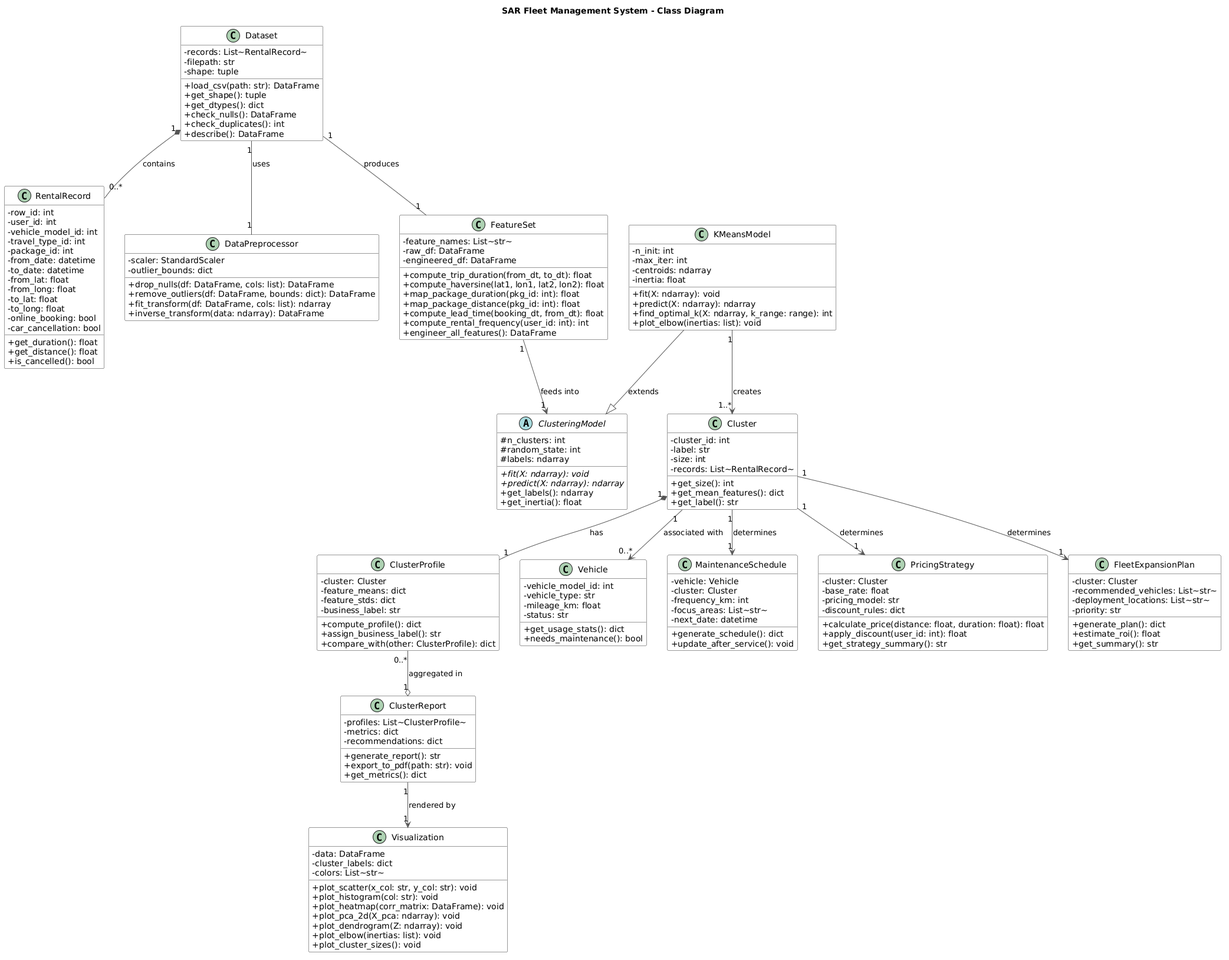
Before: class_diagram.png, a diagram exported from PlantUML (Lord-Saruman/sar-rental-clustering). Source of this version:
```plantuml
@startuml
skinparam classAttributeIconSize 0
skinparam class {
  BackgroundColor #FEFEFE
  BorderColor #333
  ArrowColor #555
}

title SAR Fleet Management System - Class Diagram

class RentalRecord {
  - row_id: int
  - user_id: int
  - vehicle_model_id: int
  - travel_type_id: int
  - package_id: int
  - from_date: datetime
  - to_date: datetime
  - from_lat: float
  - from_long: float
  - to_lat: float
  - to_long: float
  - online_booking: bool
  - car_cancellation: bool
  + get_duration(): float
  + get_distance(): float
  + is_cancelled(): bool
}

class Dataset {
  - records: List~RentalRecord~
  - filepath: str
  - shape: tuple
  + load_csv(path: str): DataFrame
  + get_shape(): tuple
  + get_dtypes(): dict
  + check_nulls(): DataFrame
  + check_duplicates(): int
  + describe(): DataFrame
}

class DataPreprocessor {
  - scaler: StandardScaler
  - outlier_bounds: dict
  + drop_nulls(df: DataFrame, cols: list): DataFrame
  + remove_outliers(df: DataFrame, bounds: dict): DataFrame
  + fit_transform(df: DataFrame, cols: list): ndarray
  + inverse_transform(data: ndarray): DataFrame
}

class FeatureSet {
  - feature_names: List~str~
  - raw_df: DataFrame
  - engineered_df: DataFrame
  + compute_trip_duration(from_dt, to_dt): float
  + compute_haversine(lat1, lon1, lat2, lon2): float
  + map_package_duration(pkg_id: int): float
  + map_package_distance(pkg_id: int): float
  + compute_lead_time(booking_dt, from_dt): float
  + compute_rental_frequency(user_id: int): int
  + engineer_all_features(): DataFrame
}

abstract class ClusteringModel {
  # n_clusters: int
  # random_state: int
  # labels: ndarray
  + {abstract} fit(X: ndarray): void
  + {abstract} predict(X: ndarray): ndarray
  + get_labels(): ndarray
  + get_inertia(): float
}

class KMeansModel {
  - n_init: int
  - max_iter: int
  - centroids: ndarray
  - inertia: float
  + fit(X: ndarray): void
  + predict(X: ndarray): ndarray
  + find_optimal_k(X: ndarray, k_range: range): int
  + plot_elbow(inertias: list): void
}

class Cluster {
  - cluster_id: int
  - label: str
  - size: int
  - records: List~RentalRecord~
  + get_size(): int
  + get_mean_features(): dict
  + get_label(): str
}

class ClusterProfile {
  - cluster: Cluster
  - feature_means: dict
  - feature_stds: dict
  - business_label: str
  + compute_profile(): dict
  + assign_business_label(): str
  + compare_with(other: ClusterProfile): dict
}

class ClusterReport {
  - profiles: List~ClusterProfile~
  - metrics: dict
  - recommendations: dict
  + generate_report(): str
  + export_to_pdf(path: str): void
  + get_metrics(): dict
}

class Vehicle {
  - vehicle_model_id: int
  - vehicle_type: str
  - mileage_km: float
  - status: str
  + get_usage_stats(): dict
  + needs_maintenance(): bool
}

class MaintenanceSchedule {
  - vehicle: Vehicle
  - cluster: Cluster
  - frequency_km: int
  - focus_areas: List~str~
  - next_date: datetime
  + generate_schedule(): dict
  + update_after_service(): void
}

class PricingStrategy {
  - cluster: Cluster
  - base_rate: float
  - pricing_model: str
  - discount_rules: dict
  + calculate_price(distance: float, duration: float): float
  + apply_discount(user_id: int): float
  + get_strategy_summary(): str
}

class FleetExpansionPlan {
  - cluster: Cluster
  - recommended_vehicles: List~str~
  - deployment_locations: List~str~
  - priority: str
  + generate_plan(): dict
  + estimate_roi(): float
  + get_summary(): str
}

class Visualization {
  - data: DataFrame
  - cluster_labels: dict
  - colors: List~str~
  + plot_scatter(x_col: str, y_col: str): void
  + plot_histogram(col: str): void
  + plot_heatmap(corr_matrix: DataFrame): void
  + plot_pca_2d(X_pca: ndarray): void
  + plot_dendrogram(Z: ndarray): void
  + plot_elbow(inertias: list): void
  + plot_cluster_sizes(): void
}

Dataset "1" *-- "0..*" RentalRecord : contains
Dataset "1" -- "1" DataPreprocessor : uses
Dataset "1" -- "1" FeatureSet : produces

FeatureSet "1" --> "1" ClusteringModel : feeds into
KMeansModel --|> ClusteringModel : extends

KMeansModel "1" --> "1..*" Cluster : creates
Cluster "1" *-- "1" ClusterProfile : has
ClusterProfile "0..*" --o "1" ClusterReport : aggregated in

Cluster "1" --> "0..*" Vehicle : associated with
Cluster "1" --> "1" MaintenanceSchedule : determines
Cluster "1" --> "1" PricingStrategy : determines
Cluster "1" --> "1" FleetExpansionPlan : determines

ClusterReport "1" --> "1" Visualization : rendered by
@enduml
```
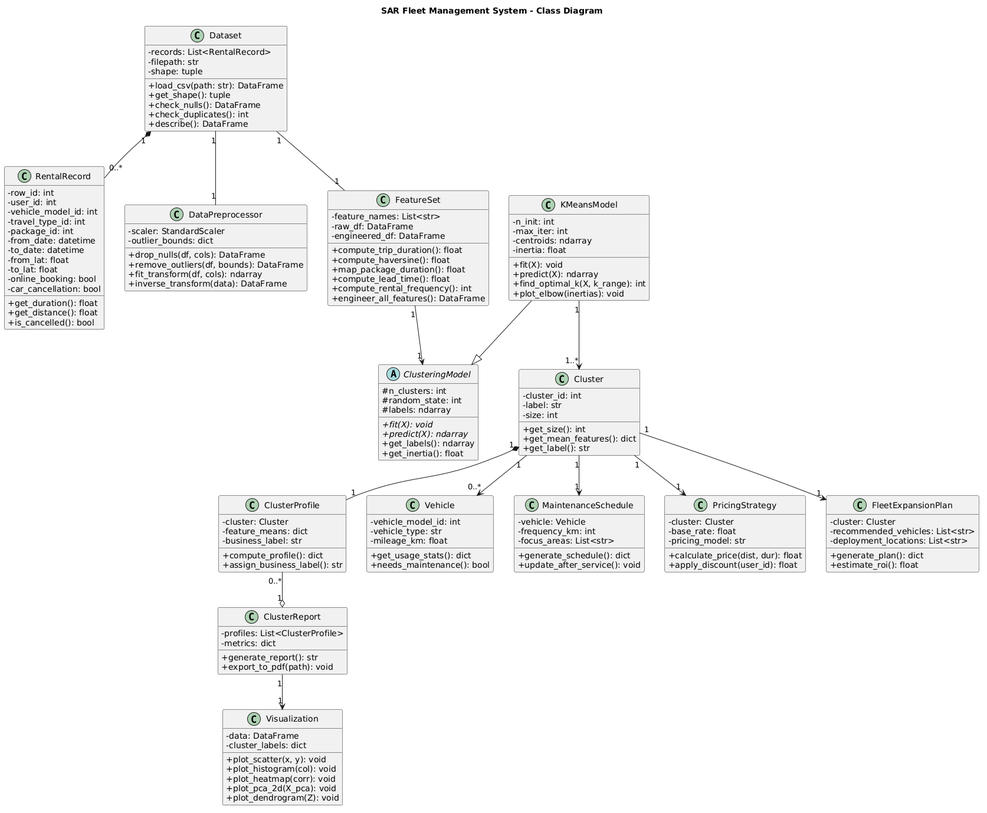
Later version of the same file.

Commit message:
Update diagrams and ignore local draft files

What changed in the source:
```diff
@@ -1,10 +1,5 @@
 @startuml
 skinparam classAttributeIconSize 0
-skinparam class {
-  BackgroundColor #FEFEFE
-  BorderColor #333
-  ArrowColor #555
-}
 
 title SAR Fleet Management System - Class Diagram
 
@@ -17,9 +12,7 @@
   - from_date: datetime
   - to_date: datetime
   - from_lat: float
-  - from_long: float
   - to_lat: float
-  - to_long: float
   - online_booking: bool
   - car_cancellation: bool
   + get_duration(): float
@@ -28,12 +21,11 @@
 }
 
 class Dataset {
-  - records: List~RentalRecord~
+  - records: List<RentalRecord>
   - filepath: str
   - shape: tuple
   + load_csv(path: str): DataFrame
   + get_shape(): tuple
-  + get_dtypes(): dict
   + check_nulls(): DataFrame
   + check_duplicates(): int
   + describe(): DataFrame
@@ -42,22 +34,21 @@
 class DataPreprocessor {
   - scaler: StandardScaler
   - outlier_bounds: dict
-  + drop_nulls(df: DataFrame, cols: list): DataFrame
-  + remove_outliers(df: DataFrame, bounds: dict): DataFrame
-  + fit_transform(df: DataFrame, cols: list): ndarray
-  + inverse_transform(data: ndarray): DataFrame
+  + drop_nulls(df, cols): DataFrame
+  + remove_outliers(df, bounds): DataFrame
+  + fit_transform(df, cols): ndarray
+  + inverse_transform(data): DataFrame
 }
 
 class FeatureSet {
-  - feature_names: List~str~
+  - feature_names: List<str>
   - raw_df: DataFrame
   - engineered_df: DataFrame
-  + compute_trip_duration(from_dt, to_dt): float
-  + compute_haversine(lat1, lon1, lat2, lon2): float
-  + map_package_duration(pkg_id: int): float
-  + map_package_distance(pkg_id: int): float
-  + compute_lead_time(booking_dt, from_dt): float
-  + compute_rental_frequency(user_id: int): int
+  + compute_trip_duration(): float
+  + compute_haversine(): float
+  + map_package_duration(): float
+  + compute_lead_time(): float
+  + compute_rental_frequency(): int
   + engineer_all_features(): DataFrame
 }
 
@@ -65,8 +56,8 @@
   # n_clusters: int
   # random_state: int
   # labels: ndarray
-  + {abstract} fit(X: ndarray): void
-  + {abstract} predict(X: ndarray): ndarray
+  + {abstract} fit(X): void
+  + {abstract} predict(X): ndarray
   + get_labels(): ndarray
   + get_inertia(): float
 }
@@ -76,17 +67,16 @@
   - max_iter: int
   - centroids: ndarray
   - inertia: float
-  + fit(X: ndarray): void
-  + predict(X: ndarray): ndarray
-  + find_optimal_k(X: ndarray, k_range: range): int
-  + plot_elbow(inertias: list): void
+  + fit(X): void
+  + predict(X): ndarray
+  + find_optimal_k(X, k_range): int
+  + plot_elbow(inertias): void
 }
 
 class Cluster {
   - cluster_id: int
   - label: str
   - size: int
-  - records: List~RentalRecord~
   + get_size(): int
   + get_mean_features(): dict
   + get_label(): str
@@ -95,37 +85,30 @@
 class ClusterProfile {
   - cluster: Cluster
   - feature_means: dict
-  - feature_stds: dict
   - business_label: str
   + compute_profile(): dict
   + assign_business_label(): str
-  + compare_with(other: ClusterProfile): dict
 }
 
 class ClusterReport {
-  - profiles: List~ClusterProfile~
+  - profiles: List<ClusterProfile>
   - metrics: dict
-  - recommendations: dict
   + generate_report(): str
-  + export_to_pdf(path: str): void
-  + get_metrics(): dict
+  + export_to_pdf(path): void
 }
 
 class Vehicle {
   - vehicle_model_id: int
   - vehicle_type: str
   - mileage_km: float
-  - status: str
   + get_usage_stats(): dict
   + needs_maintenance(): bool
 }
 
 class MaintenanceSchedule {
   - vehicle: Vehicle
-  - cluster: Cluster
   - frequency_km: int
-  - focus_areas: List~str~
-  - next_date: datetime
+  - focus_areas: List<str>
   + generate_schedule(): dict
   + update_after_service(): void
 }
@@ -134,50 +117,39 @@
   - cluster: Cluster
   - base_rate: float
   - pricing_model: str
-  - discount_rules: dict
-  + calculate_price(distance: float, duration: float): float
-  + apply_discount(user_id: int): float
-  + get_strategy_summary(): str
+  + calculate_price(dist, dur): float
+  + apply_discount(user_id): float
 }
 
 class FleetExpansionPlan {
   - cluster: Cluster
-  - recommended_vehicles: List~str~
-  - deployment_locations: List~str~
-  - priority: str
+  - recommended_vehicles: List<str>
+  - deployment_locations: List<str>
   + generate_plan(): dict
   + estimate_roi(): float
-  + get_summary(): str
 }
 
 class Visualization {
   - data: DataFrame
   - cluster_labels: dict
-  - colors: List~str~
-  + plot_scatter(x_col: str, y_col: str): void
-  + plot_histogram(col: str): void
-  + plot_heatmap(corr_matrix: DataFrame): void
-  + plot_pca_2d(X_pca: ndarray): void
-  + plot_dendrogram(Z: ndarray): void
-  + plot_elbow(inertias: list): void
-  + plot_cluster_sizes(): void
+  + plot_scatter(x, y): void
+  + plot_histogram(col): void
+  + plot_heatmap(corr): void
+  + plot_pca_2d(X_pca): void
+  + plot_dendrogram(Z): void
 }
 
-Dataset "1" *-- "0..*" RentalRecord : contains
-Dataset "1" -- "1" DataPreprocessor : uses
-Dataset "1" -- "1" FeatureSet : produces
-
-FeatureSet "1" --> "1" ClusteringModel : feeds into
-KMeansModel --|> ClusteringModel : extends
-
-KMeansModel "1" --> "1..*" Cluster : creates
-Cluster "1" *-- "1" ClusterProfile : has
-ClusterProfile "0..*" --o "1" ClusterReport : aggregated in
-
-Cluster "1" --> "0..*" Vehicle : associated with
-Cluster "1" --> "1" MaintenanceSchedule : determines
-Cluster "1" --> "1" PricingStrategy : determines
-Cluster "1" --> "1" FleetExpansionPlan : determines
-
-ClusterReport "1" --> "1" Visualization : rendered by
+Dataset "1" *-- "0..*" RentalRecord
+Dataset "1" -- "1" DataPreprocessor
+Dataset "1" -- "1" FeatureSet
+FeatureSet "1" --> "1" ClusteringModel
+KMeansModel --|> ClusteringModel
+KMeansModel "1" --> "1..*" Cluster
+Cluster "1" *-- "1" ClusterProfile
+ClusterProfile "0..*" --o "1" ClusterReport
+Cluster "1" --> "0..*" Vehicle
+Cluster "1" --> "1" MaintenanceSchedule
+Cluster "1" --> "1" PricingStrategy
+Cluster "1" --> "1" FleetExpansionPlan
+ClusterReport "1" --> "1" Visualization
 @enduml
```
